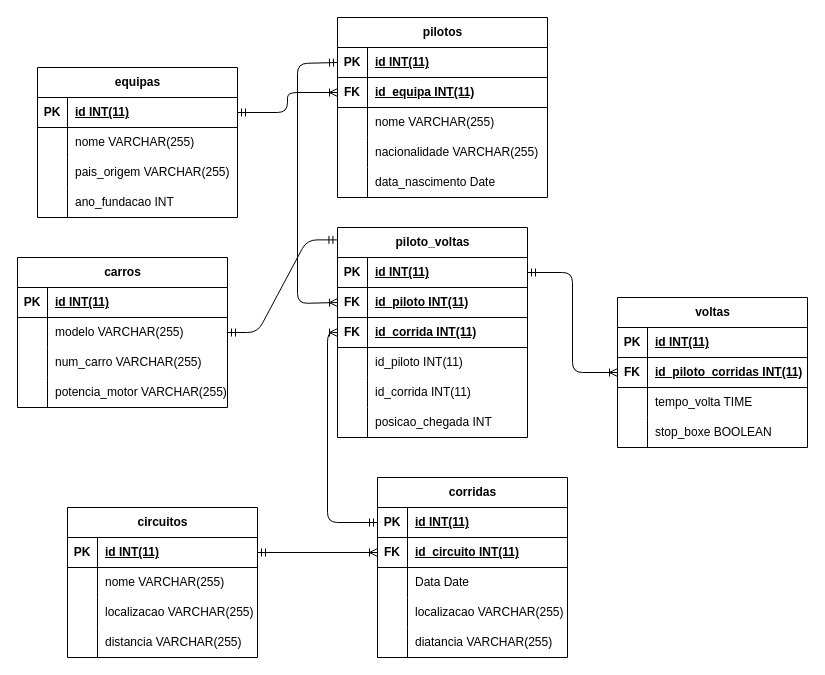
The draw.io diagram f1.drawio in RodrigoGomes08/Trabalho_formula1_PSI, before the edit. Source tidied: cells renumbered, new cells numbered last; positions are measured from the earlier drawing's top-left corner, leaving out a move shared by most shapes. Both pictures are drawn from the tidied source at 100%, with x=0, y=0 at pixel (17, 17).
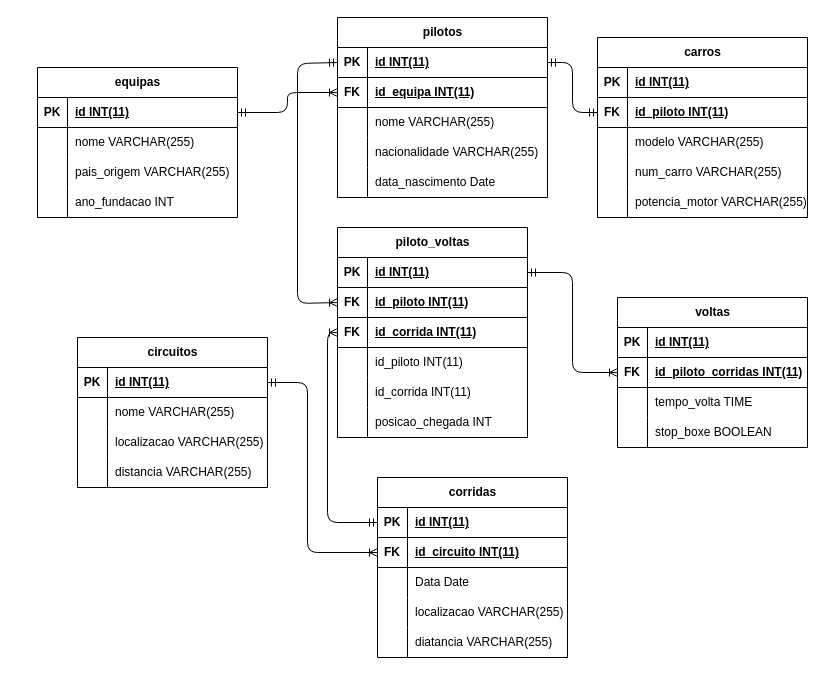
Above is the later version.

Unchanged cells that the change refers to:
```xml
<mxCell id="3" style="shape=tableRow;horizontal=0;startSize=0;swimlaneHead=0;swimlaneBody=0;fillColor=none;points=[[0,0.5],[1,0.5]];portConstraint=eastwest;top=0;left=0;right=0;bottom=1;" parent="2" vertex="1">
  <mxGeometry y="30" width="190" height="30" as="geometry" />
</mxCell>
<mxCell id="29" style="shape=tableRow;horizontal=0;startSize=0;swimlaneHead=0;swimlaneBody=0;fillColor=none;points=[[0,0.5],[1,0.5]];portConstraint=eastwest;top=0;left=0;right=0;bottom=1;" parent="28" vertex="1">
  <mxGeometry y="30" width="210" height="30" as="geometry" />
</mxCell>
<mxCell id="48" style="shape=tableRow;horizontal=0;startSize=0;swimlaneHead=0;swimlaneBody=0;fillColor=none;points=[[0,0.5],[1,0.5]];portConstraint=eastwest;top=0;left=0;right=0;bottom=1;" parent="44" vertex="1">
  <mxGeometry y="60" width="190" height="30" as="geometry" />
</mxCell>
<mxCell id="86" value="piloto_voltas" style="shape=table;startSize=30;childLayout=tableLayout;rowLines=0;fontStyle=1;align=center;html=1;" parent="1" vertex="1">
  <mxGeometry x="320" y="210" width="190" height="210" as="geometry" />
</mxCell>
```

Change to the diagram source:
```diff
@@
     <mxCell id="2" value="circuitos" style="shape=table;startSize=30;childLayout=tableLayout;rowLines=0;fontStyle=1;align=center;html=1;" parent="1" vertex="1">
-      <mxGeometry x="50" y="490" width="190" height="150" as="geometry" />
+      <mxGeometry x="60" y="320" width="190" height="150" as="geometry" />
     </mxCell>
@@
     <mxCell id="60" value="carros" style="shape=table;startSize=30;childLayout=tableLayout;rowLines=0;fontStyle=1;align=center;html=1;" parent="1" vertex="1">
-      <mxGeometry y="240" width="210" height="150" as="geometry" />
+      <mxGeometry x="580" y="20" width="210" height="180" as="geometry" />
     </mxCell>
@@
+    <mxCell id="111" style="shape=tableRow;horizontal=0;startSize=0;swimlaneHead=0;swimlaneBody=0;fillColor=none;points=[[0,0.5],[1,0.5]];portConstraint=eastwest;top=0;left=0;right=0;bottom=1;" parent="60" vertex="1">
+      <mxGeometry y="60" width="210" height="30" as="geometry" />
+    </mxCell>
+    <mxCell id="112" value="FK" style="shape=partialRectangle;fillColor=none;top=0;left=0;bottom=0;right=0;fontStyle=1;overflow=hidden;whiteSpace=wrap;html=1;" parent="111" vertex="1">
+      <mxGeometry width="30" height="30" as="geometry" />
+    </mxCell>
+    <mxCell id="113" value="id_piloto INT(11)" style="shape=partialRectangle;fillColor=none;top=0;left=0;bottom=0;right=0;align=left;spacingLeft=6;fontStyle=5;overflow=hidden;whiteSpace=wrap;html=1;" parent="111" vertex="1">
+      <mxGeometry x="30" width="180" height="30" as="geometry" />
+    </mxCell>
     <mxCell id="64" style="shape=tableRow;horizontal=0;startSize=0;swimlaneHead=0;swimlaneBody=0;fillColor=none;points=[[0,0.5],[1,0.5]];portConstraint=eastwest;top=0;left=0;right=0;bottom=0;" parent="60" vertex="1">
-      <mxGeometry y="60" width="210" height="30" as="geometry" />
+      <mxGeometry y="90" width="210" height="30" as="geometry" />
     </mxCell>
@@
     <mxCell id="67" style="shape=tableRow;horizontal=0;startSize=0;swimlaneHead=0;swimlaneBody=0;fillColor=none;top=0;left=0;right=0;bottom=0;" parent="60" vertex="1">
-      <mxGeometry y="90" width="210" height="30" as="geometry" />
+      <mxGeometry y="120" width="210" height="30" as="geometry" />
     </mxCell>
@@
     <mxCell id="70" style="shape=tableRow;horizontal=0;startSize=0;swimlaneHead=0;swimlaneBody=0;fillColor=none;top=0;left=0;right=0;bottom=0;" parent="60" vertex="1">
-      <mxGeometry y="120" width="210" height="30" as="geometry" />
+      <mxGeometry y="150" width="210" height="30" as="geometry" />
     </mxCell>
@@
-    <mxCell id="105" style="fontSize=12;html=1;endArrow=ERoneToMany;startArrow=ERmandOne;entryX=0;entryY=0.5;entryDx=0;entryDy=0;exitX=1;exitY=0.5;exitDx=0;exitDy=0;" parent="1" edge="1" source="3" target="48">
-      <mxGeometry relative="1" as="geometry" />
+    <mxCell id="105" style="fontSize=12;html=1;endArrow=ERoneToMany;startArrow=ERmandOne;entryX=0;entryY=0.5;entryDx=0;entryDy=0;exitX=1;exitY=0.5;exitDx=0;exitDy=0;edgeStyle=orthogonalEdgeStyle;" parent="1" edge="1" source="3" target="48">
+      <mxGeometry relative="1" as="geometry">
+        <Array as="points">
+          <mxPoint x="290" y="365" />
+          <mxPoint x="290" y="535" />
+        </Array>
+      </mxGeometry>
     </mxCell>
@@
-    <mxCell id="108" style="edgeStyle=entityRelationEdgeStyle;fontSize=12;html=1;endArrow=ERmandOne;startArrow=ERmandOne;exitX=1;exitY=0.5;exitDx=0;exitDy=0;entryX=-0.003;entryY=0.059;entryDx=0;entryDy=0;entryPerimeter=0;" parent="1" edge="1" source="64" target="86">
+    <mxCell id="108" style="edgeStyle=orthogonalEdgeStyle;fontSize=12;html=1;endArrow=ERmandOne;startArrow=ERmandOne;exitX=0;exitY=0.5;exitDx=0;exitDy=0;entryX=1;entryY=0.5;entryDx=0;entryDy=0;" parent="1" edge="1" source="111" target="29">
       <mxGeometry relative="1" as="geometry" />
     </mxCell>
```
